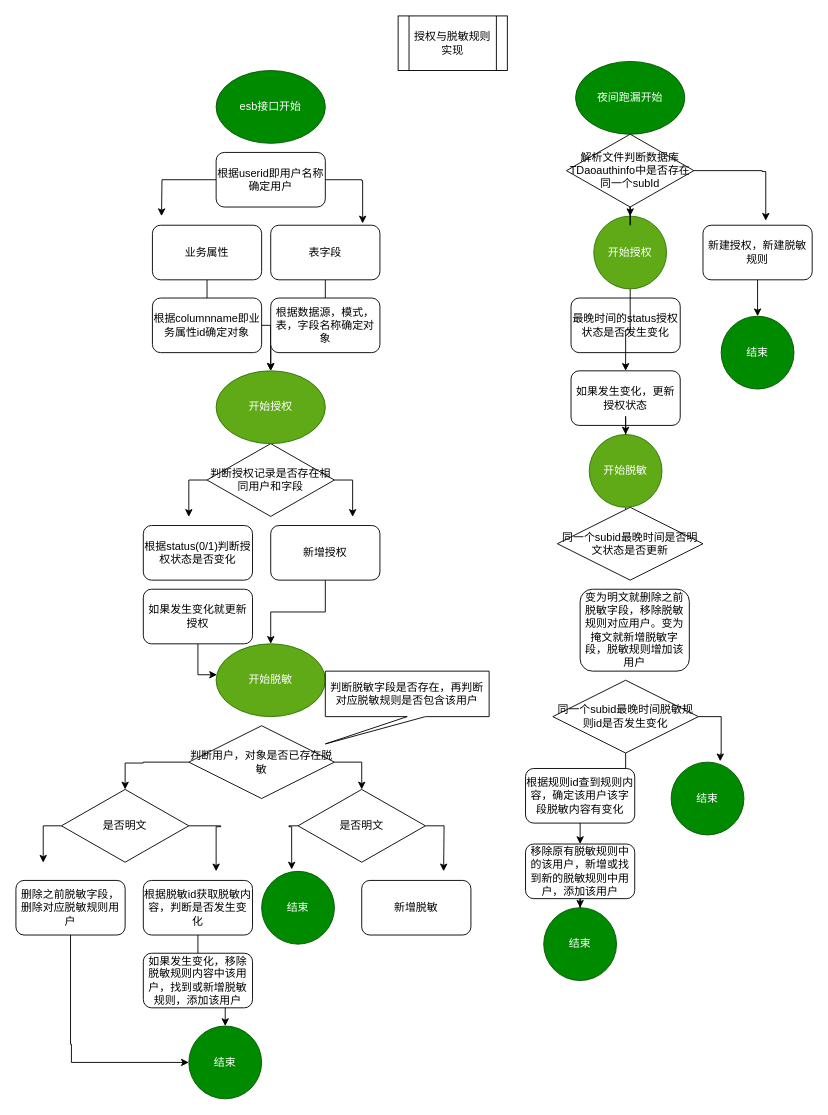
The draw.io diagram 未命名绘图.drawio in zp17762835004/e-commerce, before the edit. Source tidied: cells renumbered, new cells numbered last; positions are measured from the earlier drawing's top-left corner, leaving out a move shared by most shapes. Both pictures are drawn from the tidied source at 91%, with x=0, y=0 at pixel (15, 15).
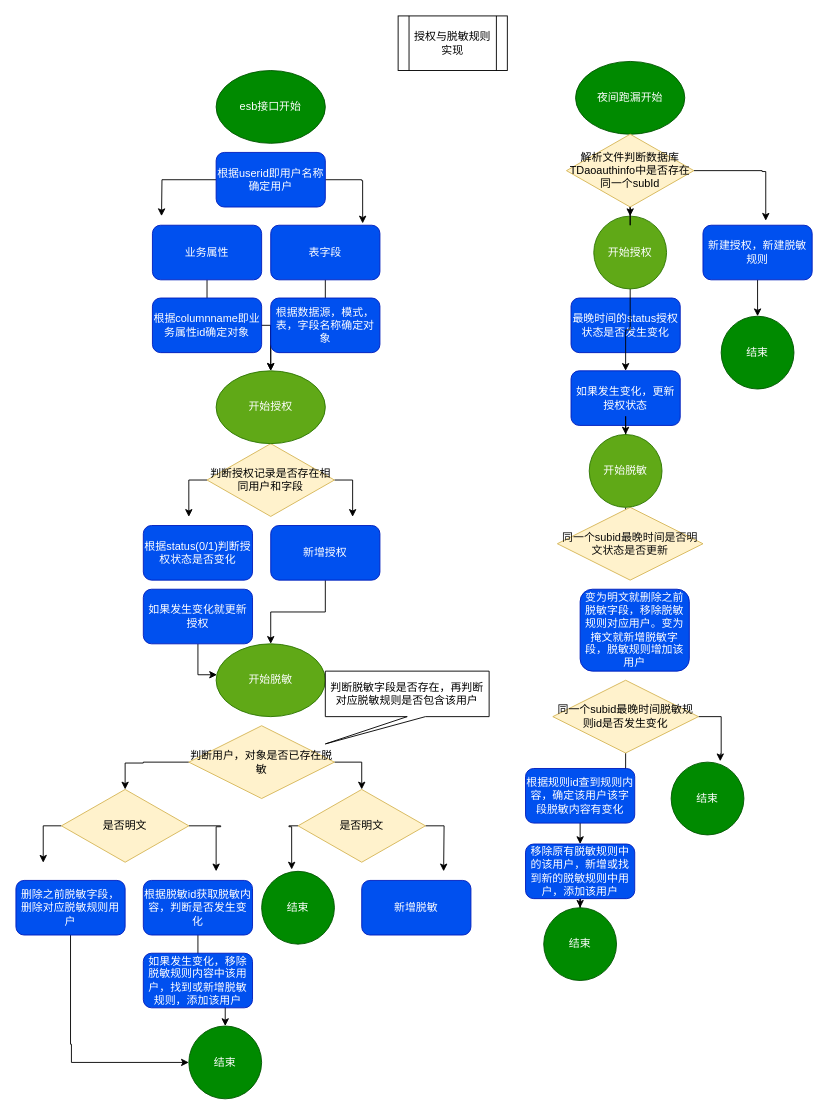
After the change.

Commit message:
更新资产平台授权脱敏绘图.drawio

The edit, as a diff of the source:
```diff
@@
-    <mxCell id="4" value="业务属性" style="rounded=1;whiteSpace=wrap;html=1;" parent="1" vertex="1">
+    <mxCell id="4" value="业务属性" style="rounded=1;whiteSpace=wrap;html=1;fillColor=#0050ef;fontColor=#ffffff;strokeColor=#001DBC;" parent="1" vertex="1">
       <mxGeometry x="150" y="230" width="120" height="60" as="geometry" />
     </mxCell>
@@
-    <mxCell id="8" value="表字段" style="rounded=1;whiteSpace=wrap;html=1;" parent="1" vertex="1">
+    <mxCell id="8" value="表字段" style="rounded=1;whiteSpace=wrap;html=1;fillColor=#0050ef;fontColor=#ffffff;strokeColor=#001DBC;" parent="1" vertex="1">
       <mxGeometry x="280" y="230" width="120" height="60" as="geometry" />
     </mxCell>
-    <mxCell id="9" value="根据columnname即业务属性id确定对象" style="rounded=1;whiteSpace=wrap;html=1;" parent="1" vertex="1">
+    <mxCell id="9" value="根据columnname即业务属性id确定对象" style="rounded=1;whiteSpace=wrap;html=1;fillColor=#0050ef;fontColor=#ffffff;strokeColor=#001DBC;" parent="1" vertex="1">
       <mxGeometry x="150" y="310" width="120" height="60" as="geometry" />
     </mxCell>
@@
-    <mxCell id="12" value="根据userid即用户名称确定用户" style="rounded=1;whiteSpace=wrap;html=1;" parent="1" vertex="1">
+    <mxCell id="12" value="根据userid即用户名称确定用户" style="rounded=1;whiteSpace=wrap;html=1;fillColor=#0050ef;fontColor=#ffffff;strokeColor=#001DBC;" parent="1" vertex="1">
       <mxGeometry x="220" y="150" width="120" height="60" as="geometry" />
     </mxCell>
-    <mxCell id="13" value="根据数据源，模式，表，字段名称确定对象" style="rounded=1;whiteSpace=wrap;html=1;" parent="1" vertex="1">
+    <mxCell id="13" value="根据数据源，模式，表，字段名称确定对象" style="rounded=1;whiteSpace=wrap;html=1;fillColor=#0050ef;fontColor=#ffffff;strokeColor=#001DBC;" parent="1" vertex="1">
       <mxGeometry x="280" y="310" width="120" height="60" as="geometry" />
     </mxCell>
@@
-    <mxCell id="16" value="判断授权记录是否存在相同用户和字段" style="rhombus;whiteSpace=wrap;html=1;" parent="1" vertex="1">
+    <mxCell id="16" value="判断授权记录是否存在相同用户和字段" style="rhombus;whiteSpace=wrap;html=1;fillColor=#fff2cc;strokeColor=#d6b656;fontColor=#000000;" parent="1" vertex="1">
       <mxGeometry x="210" y="470" width="140" height="80" as="geometry" />
     </mxCell>
@@
-    <mxCell id="18" value="根据status(0/1)判断授权状态是否变化" style="rounded=1;whiteSpace=wrap;html=1;" parent="1" vertex="1">
+    <mxCell id="18" value="根据status(0/1)判断授权状态是否变化" style="rounded=1;whiteSpace=wrap;html=1;fillColor=#0050ef;fontColor=#ffffff;strokeColor=#001DBC;" parent="1" vertex="1">
       <mxGeometry x="140" y="560" width="120" height="60" as="geometry" />
     </mxCell>
@@
-    <mxCell id="20" value="新增授权" style="rounded=1;whiteSpace=wrap;html=1;" parent="1" vertex="1">
+    <mxCell id="20" value="新增授权" style="rounded=1;whiteSpace=wrap;html=1;fillColor=#0050ef;fontColor=#ffffff;strokeColor=#001DBC;" parent="1" vertex="1">
       <mxGeometry x="280" y="560" width="120" height="60" as="geometry" />
     </mxCell>
@@
-    <mxCell id="22" value="如果发生变化就更新授权" style="rounded=1;whiteSpace=wrap;html=1;" parent="1" vertex="1">
+    <mxCell id="22" value="如果发生变化就更新授权" style="rounded=1;whiteSpace=wrap;html=1;fillColor=#0050ef;fontColor=#ffffff;strokeColor=#001DBC;" parent="1" vertex="1">
       <mxGeometry x="140" y="630" width="120" height="60" as="geometry" />
     </mxCell>
@@
-    <mxCell id="26" value="判断用户，对象是否已存在脱敏" style="rhombus;whiteSpace=wrap;html=1;" parent="1" vertex="1">
+    <mxCell id="26" value="判断用户，对象是否已存在脱敏" style="rhombus;whiteSpace=wrap;html=1;fillColor=#fff2cc;strokeColor=#d6b656;fontColor=#000000;" parent="1" vertex="1">
       <mxGeometry x="190" y="780" width="160" height="80" as="geometry" />
     </mxCell>
@@
-    <mxCell id="28" value="根据脱敏id获取脱敏内容，判断是否发生变化" style="rounded=1;whiteSpace=wrap;html=1;" parent="1" vertex="1">
+    <mxCell id="28" value="根据脱敏id获取脱敏内容，判断是否发生变化" style="rounded=1;whiteSpace=wrap;html=1;fillColor=#0050ef;fontColor=#ffffff;strokeColor=#001DBC;" parent="1" vertex="1">
       <mxGeometry x="140" y="950" width="120" height="60" as="geometry" />
     </mxCell>
@@
-    <mxCell id="30" value="新增脱敏" style="rounded=1;whiteSpace=wrap;html=1;" parent="1" vertex="1">
+    <mxCell id="30" value="新增脱敏" style="rounded=1;whiteSpace=wrap;html=1;fillColor=#0050ef;fontColor=#ffffff;strokeColor=#001DBC;" parent="1" vertex="1">
       <mxGeometry x="380" y="950" width="120" height="60" as="geometry" />
     </mxCell>
-    <mxCell id="31" value="如果发生变化，移除脱敏规则内容中该用户，找到或新增脱敏规则，添加该用户" style="rounded=1;whiteSpace=wrap;html=1;" parent="1" vertex="1">
+    <mxCell id="31" value="如果发生变化，移除脱敏规则内容中该用户，找到或新增脱敏规则，添加该用户" style="rounded=1;whiteSpace=wrap;html=1;fillColor=#0050ef;fontColor=#ffffff;strokeColor=#001DBC;" parent="1" vertex="1">
       <mxGeometry x="140" y="1030" width="120" height="60" as="geometry" />
     </mxCell>
-    <mxCell id="32" value="最晚时间的status授权状态是否发生变化" style="rounded=1;whiteSpace=wrap;html=1;" parent="1" vertex="1">
+    <mxCell id="32" value="最晚时间的status授权状态是否发生变化" style="rounded=1;whiteSpace=wrap;html=1;fillColor=#0050ef;fontColor=#ffffff;strokeColor=#001DBC;" parent="1" vertex="1">
       <mxGeometry x="610" y="310" width="120" height="60" as="geometry" />
     </mxCell>
@@
-    <mxCell id="34" value="新建授权，新建脱敏规则" style="rounded=1;whiteSpace=wrap;html=1;" parent="1" vertex="1">
+    <mxCell id="34" value="新建授权，新建脱敏规则" style="rounded=1;whiteSpace=wrap;html=1;fillColor=#0050ef;fontColor=#ffffff;strokeColor=#001DBC;" parent="1" vertex="1">
       <mxGeometry x="755" y="230" width="120" height="60" as="geometry" />
     </mxCell>
@@
-    <mxCell id="37" value="如果发生变化，更新授权状态" style="rounded=1;whiteSpace=wrap;html=1;" parent="1" vertex="1">
+    <mxCell id="37" value="如果发生变化，更新授权状态" style="rounded=1;whiteSpace=wrap;html=1;fillColor=#0050ef;fontColor=#ffffff;strokeColor=#001DBC;" parent="1" vertex="1">
       <mxGeometry x="610" y="390" width="120" height="60" as="geometry" />
     </mxCell>
@@
-    <mxCell id="40" value="是否明文" style="rhombus;whiteSpace=wrap;html=1;" parent="1" vertex="1">
+    <mxCell id="40" value="是否明文" style="rhombus;whiteSpace=wrap;html=1;fillColor=#fff2cc;strokeColor=#d6b656;fontColor=#000000;" parent="1" vertex="1">
       <mxGeometry x="50" y="850" width="140" height="80" as="geometry" />
     </mxCell>
@@
-    <mxCell id="43" value="是否明文" style="rhombus;whiteSpace=wrap;html=1;" parent="1" vertex="1">
+    <mxCell id="43" value="是否明文" style="rhombus;whiteSpace=wrap;html=1;fillColor=#fff2cc;strokeColor=#d6b656;fontColor=#000000;" parent="1" vertex="1">
       <mxGeometry x="310" y="850" width="140" height="80" as="geometry" />
     </mxCell>
@@
-    <mxCell id="45" value="删除之前脱敏字段，删除对应脱敏规则用户" style="rounded=1;whiteSpace=wrap;html=1;" parent="1" vertex="1">
+    <mxCell id="45" value="删除之前脱敏字段，删除对应脱敏规则用户" style="rounded=1;whiteSpace=wrap;html=1;fillColor=#0050ef;fontColor=#ffffff;strokeColor=#001DBC;" parent="1" vertex="1">
       <mxGeometry y="950" width="120" height="60" as="geometry" />
     </mxCell>
@@
-    <mxCell id="47" value="变为明文就删除之前脱敏字段，移除脱敏规则对应用户。变为掩文就新增脱敏字段，脱敏规则增加该用户" style="rounded=1;whiteSpace=wrap;html=1;" parent="1" vertex="1">
+    <mxCell id="47" value="变为明文就删除之前脱敏字段，移除脱敏规则对应用户。变为掩文就新增脱敏字段，脱敏规则增加该用户" style="rounded=1;whiteSpace=wrap;html=1;fillColor=#0050ef;fontColor=#ffffff;strokeColor=#001DBC;" parent="1" vertex="1">
       <mxGeometry x="620" y="630" width="120" height="90" as="geometry" />
     </mxCell>
@@
-    <mxCell id="50" value="同一个subid最晚时间是否明文状态是否更新" style="rhombus;whiteSpace=wrap;html=1;" parent="1" vertex="1">
+    <mxCell id="50" value="同一个subid最晚时间是否明文状态是否更新" style="rhombus;whiteSpace=wrap;html=1;fillColor=#fff2cc;strokeColor=#d6b656;fontColor=#0D0D0D;" parent="1" vertex="1">
       <mxGeometry x="595" y="540" width="160" height="80" as="geometry" />
     </mxCell>
@@
-    <mxCell id="53" value="解析文件判断数据库TDaoauthinfo中是否存在同一个subId" style="rhombus;whiteSpace=wrap;html=1;" parent="1" vertex="1">
+    <mxCell id="53" value="解析文件判断数据库TDaoauthinfo中是否存在同一个subId" style="rhombus;whiteSpace=wrap;html=1;fillColor=#fff2cc;strokeColor=#d6b656;fontColor=#000000;" parent="1" vertex="1">
       <mxGeometry x="605" y="130" width="140" height="80" as="geometry" />
     </mxCell>
@@
-    <mxCell id="57" value="同一个subid最晚时间脱敏规则id是否发生变化" style="rhombus;whiteSpace=wrap;html=1;" parent="1" vertex="1">
+    <mxCell id="57" value="同一个subid最晚时间脱敏规则id是否发生变化" style="rhombus;whiteSpace=wrap;html=1;fillColor=#fff2cc;strokeColor=#d6b656;fontColor=#000000;" parent="1" vertex="1">
       <mxGeometry x="590" y="730" width="160" height="80" as="geometry" />
     </mxCell>
@@
-    <mxCell id="59" value="根据规则id查到规则内容，确定该用户该字段脱敏内容有变化" style="rounded=1;whiteSpace=wrap;html=1;" parent="1" vertex="1">
+    <mxCell id="59" value="根据规则id查到规则内容，确定该用户该字段脱敏内容有变化" style="rounded=1;whiteSpace=wrap;html=1;fillColor=#0050ef;fontColor=#ffffff;strokeColor=#001DBC;" parent="1" vertex="1">
       <mxGeometry x="560" y="827" width="120" height="60" as="geometry" />
     </mxCell>
@@
-    <mxCell id="61" value="移除原有脱敏规则中的该用户，新增或找到新的脱敏规则中用户，添加该用户" style="rounded=1;whiteSpace=wrap;html=1;" parent="1" vertex="1">
+    <mxCell id="61" value="移除原有脱敏规则中的该用户，新增或找到新的脱敏规则中用户，添加该用户" style="rounded=1;whiteSpace=wrap;html=1;fillColor=#0050ef;fontColor=#ffffff;strokeColor=#001DBC;" parent="1" vertex="1">
       <mxGeometry x="560" y="910" width="120" height="60" as="geometry" />
     </mxCell>
```
